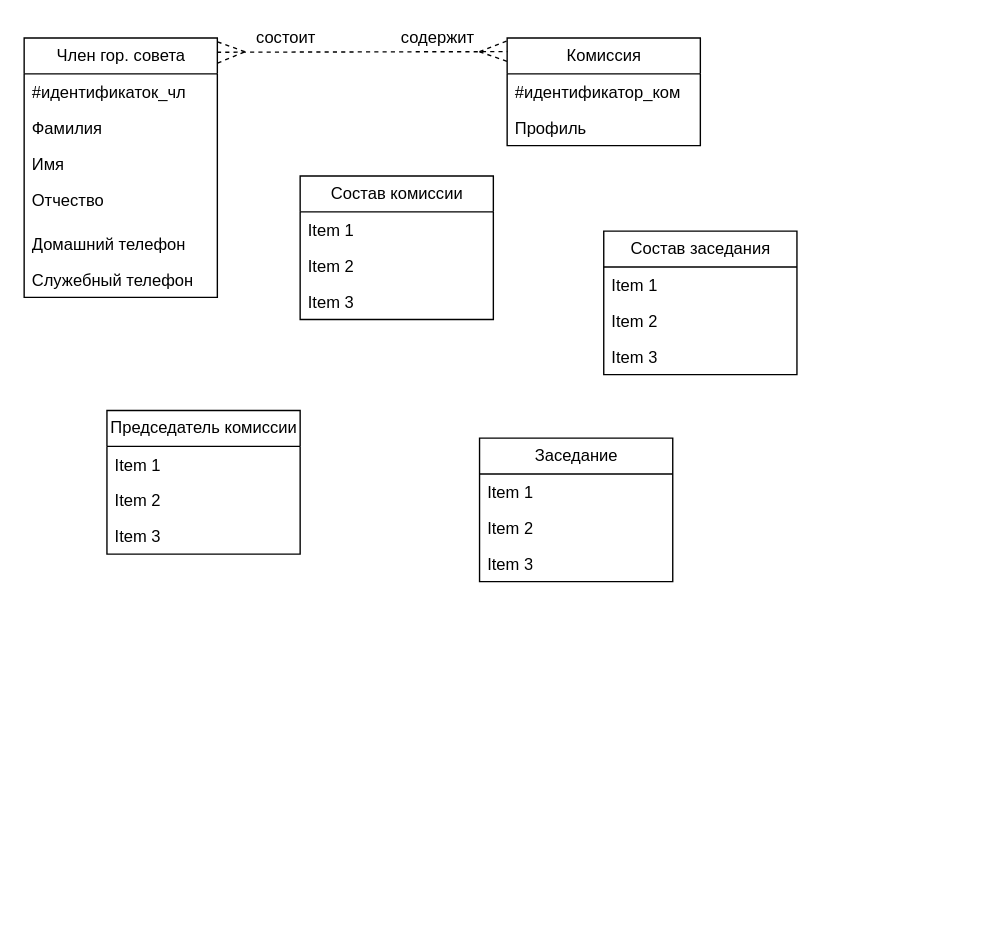
Before: Инфологическая модель БД.drawio in hiff0/db-city-council, a draw.io diagram. Source tidied: cells renumbered, new cells numbered last; positions are measured from the earlier drawing's top-left corner, leaving out a move shared by most shapes. Both pictures are drawn from the tidied source at 138%, with x=0, y=0 at pixel (23, 23).
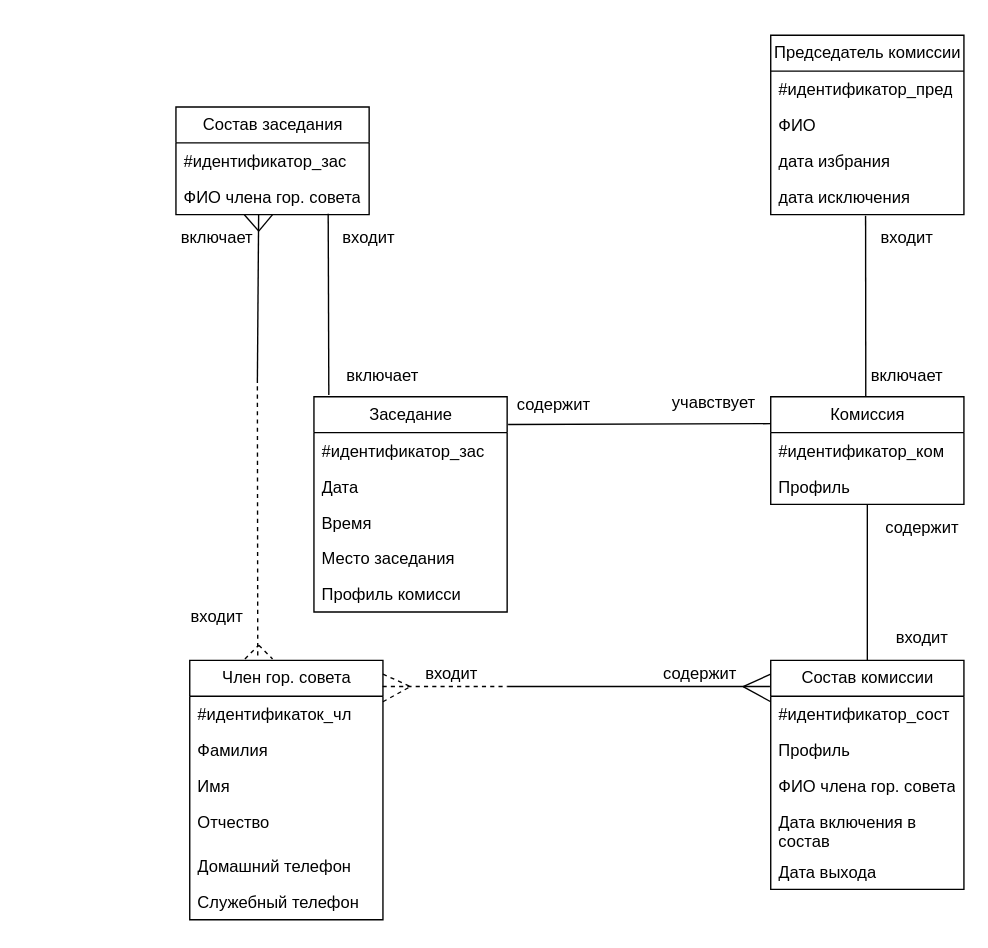
The same page after the edit.

What changed in the source:
```diff
@@
     <mxCell id="2" value="Член гор. совета" style="swimlane;fontStyle=0;horizontal=1;startSize=26;fillColor=none;html=1;" parent="1" vertex="1">
-      <mxGeometry y="10" width="140" height="188" as="geometry" />
+      <mxGeometry x="120" y="461" width="140" height="188" as="geometry" />
     </mxCell>
@@
     <mxCell id="9" value="Комиссия" style="swimlane;fontStyle=0;horizontal=1;startSize=26;fillColor=none;html=1;" parent="1" vertex="1">
-      <mxGeometry x="350" y="10" width="140" height="78" as="geometry" />
+      <mxGeometry x="541" y="270" width="140" height="78" as="geometry" />
     </mxCell>
@@
     <mxCell id="12" value="Председатель комиссии" style="swimlane;fontStyle=0;horizontal=1;startSize=26;fillColor=none;html=1;" parent="1" vertex="1">
-      <mxGeometry x="60" y="280" width="140" height="104" as="geometry" />
+      <mxGeometry x="541" y="8" width="140" height="130" as="geometry" />
     </mxCell>
-    <mxCell id="13" value="Item 1" style="text;strokeColor=none;fillColor=none;align=left;verticalAlign=top;spacingLeft=4;spacingRight=4;overflow=hidden;whiteSpace=wrap;html=1;" parent="12" vertex="1">
+    <mxCell id="13" value="#идентификатор_пред" style="text;strokeColor=none;fillColor=none;align=left;verticalAlign=top;spacingLeft=4;spacingRight=4;overflow=hidden;whiteSpace=wrap;html=1;" parent="12" vertex="1">
       <mxGeometry y="26" width="140" height="26" as="geometry" />
     </mxCell>
-    <mxCell id="14" value="Item 2" style="text;strokeColor=none;fillColor=none;align=left;verticalAlign=top;spacingLeft=4;spacingRight=4;overflow=hidden;whiteSpace=wrap;html=1;" parent="12" vertex="1">
+    <mxCell id="14" value="ФИО" style="text;strokeColor=none;fillColor=none;align=left;verticalAlign=top;spacingLeft=4;spacingRight=4;overflow=hidden;whiteSpace=wrap;html=1;" parent="12" vertex="1">
       <mxGeometry y="52" width="140" height="26" as="geometry" />
     </mxCell>
-    <mxCell id="15" value="Item 3" style="text;strokeColor=none;fillColor=none;align=left;verticalAlign=top;spacingLeft=4;spacingRight=4;overflow=hidden;whiteSpace=wrap;html=1;" parent="12" vertex="1">
+    <mxCell id="15" value="дата избрания" style="text;strokeColor=none;fillColor=none;align=left;verticalAlign=top;spacingLeft=4;spacingRight=4;overflow=hidden;whiteSpace=wrap;html=1;" parent="12" vertex="1">
       <mxGeometry y="78" width="140" height="26" as="geometry" />
     </mxCell>
+    <mxCell id="35" value="дата исключения" style="text;strokeColor=none;fillColor=none;align=left;verticalAlign=top;spacingLeft=4;spacingRight=4;overflow=hidden;points=[[0,0.5],[1,0.5]];portConstraint=eastwest;whiteSpace=wrap;html=1;" parent="12" vertex="1">
+      <mxGeometry y="104" width="140" height="26" as="geometry" />
+    </mxCell>
     <mxCell id="16" value="Заседание" style="swimlane;fontStyle=0;horizontal=1;startSize=26;fillColor=none;html=1;" parent="1" vertex="1">
-      <mxGeometry x="330" y="300" width="140" height="104" as="geometry" />
+      <mxGeometry x="210" y="270" width="140" height="156" as="geometry" />
     </mxCell>
+    <mxCell id="36" value="#идентификатор_зас" style="text;strokeColor=none;fillColor=none;align=left;verticalAlign=top;spacingLeft=4;spacingRight=4;overflow=hidden;whiteSpace=wrap;html=1;" parent="16" vertex="1">
+      <mxGeometry y="26" width="140" height="26" as="geometry" />
+    </mxCell>
-    <mxCell id="17" value="Item 1" style="text;strokeColor=none;fillColor=none;align=left;verticalAlign=top;spacingLeft=4;spacingRight=4;overflow=hidden;whiteSpace=wrap;html=1;" parent="16" vertex="1">
-      <mxGeometry y="26" width="140" height="26" as="geometry" />
+    <mxCell id="17" value="Дата" style="text;strokeColor=none;fillColor=none;align=left;verticalAlign=top;spacingLeft=4;spacingRight=4;overflow=hidden;whiteSpace=wrap;html=1;" parent="16" vertex="1">
+      <mxGeometry y="52" width="140" height="26" as="geometry" />
     </mxCell>
-    <mxCell id="18" value="Item 2" style="text;strokeColor=none;fillColor=none;align=left;verticalAlign=top;spacingLeft=4;spacingRight=4;overflow=hidden;whiteSpace=wrap;html=1;" parent="16" vertex="1">
-      <mxGeometry y="52" width="140" height="26" as="geometry" />
+    <mxCell id="18" value="Время" style="text;strokeColor=none;fillColor=none;align=left;verticalAlign=top;spacingLeft=4;spacingRight=4;overflow=hidden;whiteSpace=wrap;html=1;" parent="16" vertex="1">
+      <mxGeometry y="78" width="140" height="26" as="geometry" />
     </mxCell>
-    <mxCell id="19" value="Item 3" style="text;strokeColor=none;fillColor=none;align=left;verticalAlign=top;spacingLeft=4;spacingRight=4;overflow=hidden;whiteSpace=wrap;html=1;" parent="16" vertex="1">
-      <mxGeometry y="78" width="140" height="26" as="geometry" />
+    <mxCell id="19" value="Место заседания" style="text;strokeColor=none;fillColor=none;align=left;verticalAlign=top;spacingLeft=4;spacingRight=4;overflow=hidden;whiteSpace=wrap;html=1;" parent="16" vertex="1">
+      <mxGeometry y="104" width="140" height="26" as="geometry" />
     </mxCell>
+    <mxCell id="37" value="Профиль комисси" style="text;strokeColor=none;fillColor=none;align=left;verticalAlign=top;spacingLeft=4;spacingRight=4;overflow=hidden;whiteSpace=wrap;html=1;" parent="16" vertex="1">
+      <mxGeometry y="130" width="140" height="26" as="geometry" />
+    </mxCell>
     <mxCell id="20" value="Состав комиссии" style="swimlane;fontStyle=0;horizontal=1;startSize=26;fillColor=none;html=1;" parent="1" vertex="1">
-      <mxGeometry x="200" y="110" width="140" height="104" as="geometry" />
+      <mxGeometry x="541" y="461" width="140" height="166" as="geometry" />
     </mxCell>
-    <mxCell id="21" value="Item 1" style="text;strokeColor=none;fillColor=none;align=left;verticalAlign=top;spacingLeft=4;spacingRight=4;overflow=hidden;whiteSpace=wrap;html=1;" parent="20" vertex="1">
+    <mxCell id="21" value="#идентификатор_сост" style="text;strokeColor=none;fillColor=none;align=left;verticalAlign=top;spacingLeft=4;spacingRight=4;overflow=hidden;whiteSpace=wrap;html=1;" parent="20" vertex="1">
       <mxGeometry y="26" width="140" height="26" as="geometry" />
     </mxCell>
-    <mxCell id="22" value="Item 2" style="text;strokeColor=none;fillColor=none;align=left;verticalAlign=top;spacingLeft=4;spacingRight=4;overflow=hidden;whiteSpace=wrap;html=1;" parent="20" vertex="1">
+    <mxCell id="22" value="Профиль" style="text;strokeColor=none;fillColor=none;align=left;verticalAlign=top;spacingLeft=4;spacingRight=4;overflow=hidden;whiteSpace=wrap;html=1;" parent="20" vertex="1">
       <mxGeometry y="52" width="140" height="26" as="geometry" />
     </mxCell>
-    <mxCell id="23" value="Item 3" style="text;strokeColor=none;fillColor=none;align=left;verticalAlign=top;spacingLeft=4;spacingRight=4;overflow=hidden;whiteSpace=wrap;html=1;" parent="20" vertex="1">
-      <mxGeometry y="78" width="140" height="26" as="geometry" />
-    </mxCell>
+    <mxCell id="38" value="ФИО члена гор. совета" style="text;strokeColor=none;fillColor=none;align=left;verticalAlign=top;spacingLeft=4;spacingRight=4;overflow=hidden;whiteSpace=wrap;html=1;" parent="20" vertex="1">
+      <mxGeometry y="78" width="140" height="26" as="geometry" />
+    </mxCell>
+    <mxCell id="39" value="Дата включения в состав" style="text;strokeColor=none;fillColor=none;align=left;verticalAlign=top;spacingLeft=4;spacingRight=4;overflow=hidden;whiteSpace=wrap;html=1;" parent="20" vertex="1">
+      <mxGeometry y="104" width="140" height="36" as="geometry" />
+    </mxCell>
+    <mxCell id="40" value="Дата выхода" style="text;strokeColor=none;fillColor=none;align=left;verticalAlign=top;spacingLeft=4;spacingRight=4;overflow=hidden;whiteSpace=wrap;html=1;" parent="20" vertex="1">
+      <mxGeometry y="140" width="140" height="26" as="geometry" />
+    </mxCell>
-    <mxCell id="24" style="endArrow=none;dashed=1;html=1;rounded=0;exitX=0.998;exitY=0.055;exitDx=0;exitDy=0;exitPerimeter=0;entryX=0.002;entryY=0.127;entryDx=0;entryDy=0;entryPerimeter=0;" parent="1" edge="1" source="2" target="9">
-      <mxGeometry relative="1" as="geometry" />
+    <mxCell id="24" style="endArrow=none;dashed=1;html=1;rounded=0;exitX=0.998;exitY=0.101;exitDx=0;exitDy=0;exitPerimeter=0;" parent="1" edge="1" source="2">
+      <mxGeometry relative="1" as="geometry">
+        <mxPoint x="350" y="480" as="targetPoint" />
+      </mxGeometry>
     </mxCell>
-    <mxCell id="25" style="endArrow=none;dashed=1;html=1;rounded=0;exitX=1.001;exitY=0.097;exitDx=0;exitDy=0;exitPerimeter=0;" parent="1" edge="1" source="2">
-      <mxGeometry relative="1" as="geometry">
-        <mxPoint x="160" y="20" as="targetPoint" />
-      </mxGeometry>
-    </mxCell>
-    <mxCell id="26" style="endArrow=none;dashed=1;html=1;rounded=0;exitX=1.001;exitY=0.015;exitDx=0;exitDy=0;exitPerimeter=0;" parent="1" edge="1" source="2">
-      <mxGeometry relative="1" as="geometry">
-        <mxPoint x="160" y="20" as="targetPoint" />
-      </mxGeometry>
-    </mxCell>
-    <mxCell id="27" style="endArrow=none;dashed=1;html=1;rounded=0;exitX=1.001;exitY=0.015;exitDx=0;exitDy=0;exitPerimeter=0;" parent="1" edge="1">
+    <mxCell id="27" style="endArrow=none;html=1;rounded=0;" parent="1" edge="1">
       <mxGeometry relative="1" as="geometry">
-        <mxPoint x="330" y="20" as="sourcePoint" />
-        <mxPoint x="350" y="27" as="targetPoint" />
+        <mxPoint x="521" y="480" as="sourcePoint" />
+        <mxPoint x="541" y="491" as="targetPoint" />
       </mxGeometry>
     </mxCell>
-    <mxCell id="28" style="endArrow=none;dashed=1;html=1;rounded=0;entryX=-0.001;entryY=0.028;entryDx=0;entryDy=0;entryPerimeter=0;" parent="1" edge="1" target="9">
+    <mxCell id="28" style="endArrow=none;html=1;rounded=0;" parent="1" edge="1">
       <mxGeometry relative="1" as="geometry">
-        <mxPoint x="330" y="20" as="sourcePoint" />
+        <mxPoint x="521" y="480" as="sourcePoint" />
+        <mxPoint x="541" y="471" as="targetPoint" />
       </mxGeometry>
     </mxCell>
-    <mxCell id="29" value="состоит" style="text;html=1;strokeColor=none;fillColor=none;align=center;verticalAlign=middle;whiteSpace=wrap;rounded=0;" parent="1" vertex="1">
-      <mxGeometry x="160" width="60" height="20" as="geometry" />
+    <mxCell id="29" value="входит" style="text;html=1;strokeColor=none;fillColor=none;align=center;verticalAlign=middle;whiteSpace=wrap;rounded=0;" parent="1" vertex="1">
+      <mxGeometry x="280" y="466.5" width="60" height="9" as="geometry" />
     </mxCell>
-    <mxCell id="30" value="содержит" style="text;html=1;strokeColor=none;fillColor=none;align=center;verticalAlign=middle;whiteSpace=wrap;rounded=0;" parent="1" vertex="1">
-      <mxGeometry x="270" y="5" width="60" height="10" as="geometry" />
-    </mxCell>
     <mxCell id="31" value="Состав заседания" style="swimlane;fontStyle=0;horizontal=1;startSize=26;fillColor=none;html=1;" parent="1" vertex="1">
-      <mxGeometry x="420" y="150" width="140" height="104" as="geometry" />
+      <mxGeometry x="110" y="60" width="140" height="78" as="geometry" />
     </mxCell>
-    <mxCell id="32" value="Item 1" style="text;strokeColor=none;fillColor=none;align=left;verticalAlign=top;spacingLeft=4;spacingRight=4;overflow=hidden;whiteSpace=wrap;html=1;" parent="31" vertex="1">
+    <mxCell id="32" value="#идентификатор_зас&lt;br&gt;" style="text;strokeColor=none;fillColor=none;align=left;verticalAlign=top;spacingLeft=4;spacingRight=4;overflow=hidden;whiteSpace=wrap;html=1;" parent="31" vertex="1">
       <mxGeometry y="26" width="140" height="26" as="geometry" />
     </mxCell>
-    <mxCell id="33" value="Item 2" style="text;strokeColor=none;fillColor=none;align=left;verticalAlign=top;spacingLeft=4;spacingRight=4;overflow=hidden;points=[[0,0.5],[1,0.5]];portConstraint=eastwest;whiteSpace=wrap;html=1;" parent="31" vertex="1">
+    <mxCell id="33" value="ФИО члена гор. совета" style="text;strokeColor=none;fillColor=none;align=left;verticalAlign=top;spacingLeft=4;spacingRight=4;overflow=hidden;points=[[0,0.5],[1,0.5]];portConstraint=eastwest;whiteSpace=wrap;html=1;" parent="31" vertex="1">
       <mxGeometry y="52" width="140" height="26" as="geometry" />
     </mxCell>
-    <mxCell id="34" value="Item 3" style="text;strokeColor=none;fillColor=none;align=left;verticalAlign=top;spacingLeft=4;spacingRight=4;overflow=hidden;whiteSpace=wrap;html=1;" parent="31" vertex="1">
-      <mxGeometry y="78" width="140" height="26" as="geometry" />
-    </mxCell>
+    <mxCell id="41" value="содержит" style="text;html=1;strokeColor=none;fillColor=none;align=center;verticalAlign=middle;whiteSpace=wrap;rounded=0;" parent="1" vertex="1">
+      <mxGeometry x="460" y="466.5" width="60" height="9" as="geometry" />
+    </mxCell>
+    <mxCell id="42" style="endArrow=none;dashed=1;html=1;rounded=0;" parent="1" edge="1">
+      <mxGeometry relative="1" as="geometry">
+        <mxPoint x="260" y="491" as="sourcePoint" />
+        <mxPoint x="280" y="480" as="targetPoint" />
+      </mxGeometry>
+    </mxCell>
+    <mxCell id="43" style="endArrow=none;dashed=1;html=1;rounded=0;exitX=1.001;exitY=0.015;exitDx=0;exitDy=0;exitPerimeter=0;" parent="1" edge="1">
+      <mxGeometry relative="1" as="geometry">
+        <mxPoint x="260" y="471" as="sourcePoint" />
+        <mxPoint x="280" y="480" as="targetPoint" />
+      </mxGeometry>
+    </mxCell>
+    <mxCell id="44" style="endArrow=none;html=1;rounded=0;exitX=0.5;exitY=0;exitDx=0;exitDy=0;entryX=0.5;entryY=1;entryDx=0;entryDy=0;" parent="1" edge="1" source="20" target="9">
+      <mxGeometry relative="1" as="geometry" />
+    </mxCell>
+    <mxCell id="45" value="входит" style="text;html=1;strokeColor=none;fillColor=none;align=center;verticalAlign=middle;whiteSpace=wrap;rounded=0;" parent="1" vertex="1">
+      <mxGeometry x="621" y="440" width="60" height="9" as="geometry" />
+    </mxCell>
+    <mxCell id="46" value="содержит" style="text;html=1;strokeColor=none;fillColor=none;align=center;verticalAlign=middle;whiteSpace=wrap;rounded=0;" parent="1" vertex="1">
+      <mxGeometry x="621" y="360" width="60" height="9" as="geometry" />
+    </mxCell>
+    <mxCell id="47" style="endArrow=none;html=1;rounded=0;entryX=-0.004;entryY=0.114;entryDx=0;entryDy=0;entryPerimeter=0;" parent="1" edge="1" target="20">
+      <mxGeometry relative="1" as="geometry">
+        <mxPoint x="350" y="480" as="sourcePoint" />
+      </mxGeometry>
+    </mxCell>
+    <mxCell id="48" style="endArrow=none;html=1;rounded=0;entryX=0;entryY=0.25;entryDx=0;entryDy=0;exitX=1.005;exitY=0.129;exitDx=0;exitDy=0;exitPerimeter=0;" parent="1" edge="1" source="16" target="9">
+      <mxGeometry relative="1" as="geometry" />
+    </mxCell>
+    <mxCell id="49" value="учавствует" style="text;html=1;strokeColor=none;fillColor=none;align=center;verticalAlign=middle;whiteSpace=wrap;rounded=0;" parent="1" vertex="1">
+      <mxGeometry x="470" y="270" width="60" height="10" as="geometry" />
+    </mxCell>
+    <mxCell id="50" value="содержит" style="text;html=1;strokeColor=none;fillColor=none;align=center;verticalAlign=middle;whiteSpace=wrap;rounded=0;" parent="1" vertex="1">
+      <mxGeometry x="354" y="271" width="60" height="9" as="geometry" />
+    </mxCell>
+    <mxCell id="51" style="endArrow=none;html=1;rounded=0;entryX=0.788;entryY=0.974;entryDx=0;entryDy=0;entryPerimeter=0;exitX=0.077;exitY=-0.008;exitDx=0;exitDy=0;exitPerimeter=0;" parent="1" edge="1" source="16" target="33">
+      <mxGeometry relative="1" as="geometry" />
+    </mxCell>
+    <mxCell id="52" style="endArrow=none;html=1;rounded=0;entryX=0.491;entryY=1.034;entryDx=0;entryDy=0;entryPerimeter=0;exitX=0.492;exitY=-0.003;exitDx=0;exitDy=0;exitPerimeter=0;" parent="1" edge="1" source="9" target="35">
+      <mxGeometry relative="1" as="geometry" />
+    </mxCell>
+    <mxCell id="53" value="включает" style="text;html=1;strokeColor=none;fillColor=none;align=center;verticalAlign=middle;whiteSpace=wrap;rounded=0;" parent="1" vertex="1">
+      <mxGeometry x="610" y="250" width="60" height="10" as="geometry" />
+    </mxCell>
+    <mxCell id="54" value="входит" style="text;html=1;strokeColor=none;fillColor=none;align=center;verticalAlign=middle;whiteSpace=wrap;rounded=0;" parent="1" vertex="1">
+      <mxGeometry x="610" y="150" width="60" height="10" as="geometry" />
+    </mxCell>
+    <mxCell id="55" style="endArrow=none;dashed=1;html=1;rounded=0;exitX=0.352;exitY=-0.019;exitDx=0;exitDy=0;exitPerimeter=0;" parent="1" edge="1" source="2">
+      <mxGeometry relative="1" as="geometry">
+        <mxPoint x="169" y="260" as="targetPoint" />
+      </mxGeometry>
+    </mxCell>
+    <mxCell id="56" style="endArrow=none;html=1;rounded=0;entryX=0.428;entryY=0.995;entryDx=0;entryDy=0;entryPerimeter=0;" parent="1" edge="1" target="33">
+      <mxGeometry relative="1" as="geometry">
+        <mxPoint x="169" y="260" as="sourcePoint" />
+      </mxGeometry>
+    </mxCell>
+    <mxCell id="57" style="endArrow=none;html=1;rounded=0;entryX=0.354;entryY=1.005;entryDx=0;entryDy=0;entryPerimeter=0;" parent="1" edge="1" target="33">
+      <mxGeometry relative="1" as="geometry">
+        <mxPoint x="170" y="150" as="sourcePoint" />
+      </mxGeometry>
+    </mxCell>
+    <mxCell id="58" style="endArrow=none;html=1;rounded=0;entryX=0.5;entryY=1;entryDx=0;entryDy=0;" parent="1" edge="1" target="31">
+      <mxGeometry relative="1" as="geometry">
+        <mxPoint x="170" y="150" as="sourcePoint" />
+      </mxGeometry>
+    </mxCell>
+    <mxCell id="59" value="входит" style="text;html=1;strokeColor=none;fillColor=none;align=center;verticalAlign=middle;whiteSpace=wrap;rounded=0;" parent="1" vertex="1">
+      <mxGeometry x="110" y="420" width="60" height="20" as="geometry" />
+    </mxCell>
+    <mxCell id="60" value="включает" style="text;html=1;strokeColor=none;fillColor=none;align=center;verticalAlign=middle;whiteSpace=wrap;rounded=0;" parent="1" vertex="1">
+      <mxGeometry x="110" y="150" width="60" height="10" as="geometry" />
+    </mxCell>
+    <mxCell id="61" style="endArrow=none;dashed=1;html=1;rounded=0;" parent="1" edge="1">
+      <mxGeometry relative="1" as="geometry">
+        <mxPoint x="160" y="460" as="sourcePoint" />
+        <mxPoint x="170" y="450" as="targetPoint" />
+      </mxGeometry>
+    </mxCell>
+    <mxCell id="62" style="endArrow=none;dashed=1;html=1;rounded=0;" parent="1" edge="1">
+      <mxGeometry relative="1" as="geometry">
+        <mxPoint x="170" y="450" as="sourcePoint" />
+        <mxPoint x="180" y="460" as="targetPoint" />
+      </mxGeometry>
+    </mxCell>
+    <mxCell id="63" value="входит" style="text;html=1;strokeColor=none;fillColor=none;align=center;verticalAlign=middle;whiteSpace=wrap;rounded=0;" parent="1" vertex="1">
+      <mxGeometry x="220" y="150" width="60" height="9" as="geometry" />
+    </mxCell>
+    <mxCell id="64" value="включает" style="text;html=1;strokeColor=none;fillColor=none;align=center;verticalAlign=middle;whiteSpace=wrap;rounded=0;" parent="1" vertex="1">
+      <mxGeometry x="230" y="250" width="60" height="10" as="geometry" />
+    </mxCell>
```
